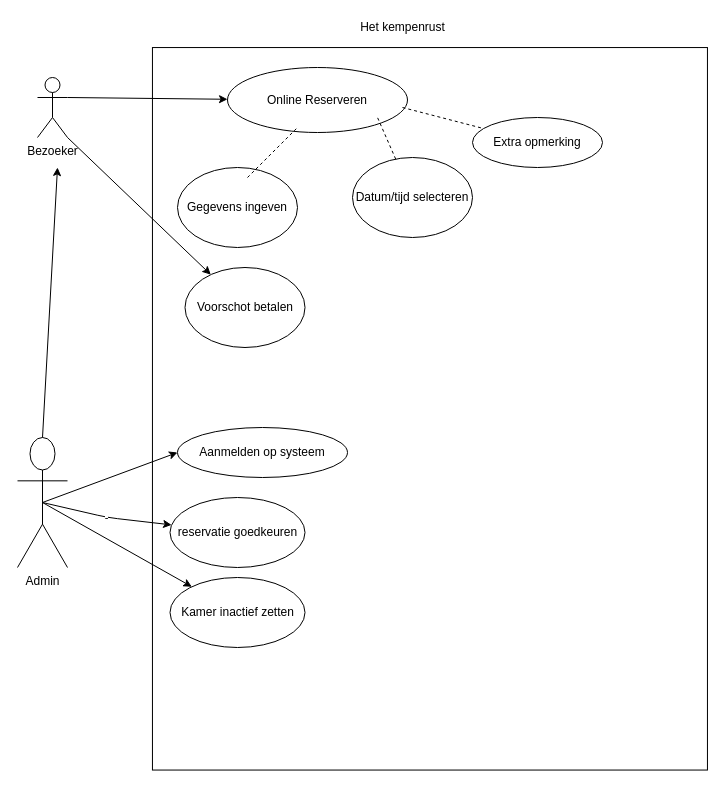
The draw.io diagram Untitled Diagram.drawio in r0808423/ProjectUseCase, before the edit. Source tidied: cells renumbered, new cells numbered last; positions are measured from the earlier drawing's top-left corner, leaving out a move shared by most shapes. Both pictures are drawn from the tidied source at 100%, with x=0, y=0 at pixel (17, 17).
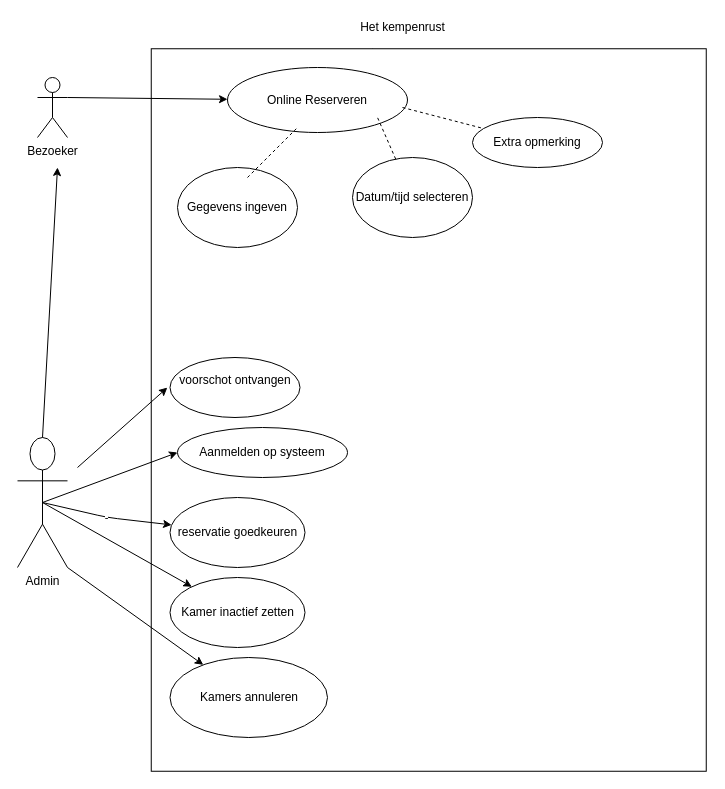
The same page after the edit.

Unchanged cells that the change refers to:
```xml
<mxCell id="3" value="Bezoeker" style="shape=umlActor;verticalLabelPosition=bottom;labelBackgroundColor=#ffffff;verticalAlign=top;html=1;outlineConnect=0;" parent="1" vertex="1">
  <mxGeometry x="20" y="60" width="30" height="60" as="geometry" />
</mxCell>
```

The edit, as a diff of the source:
```diff
@@
     <mxCell id="6" style="rounded=0;whiteSpace=wrap;html=1;rotation=90;" parent="1" vertex="1">
-      <mxGeometry x="51.2" y="113.8" width="722.5" height="555" as="geometry" />
+      <mxGeometry x="50" y="115" width="722.5" height="555" as="geometry" />
     </mxCell>
@@
-    <mxCell id="20" value="Voorschot betalen" style="ellipse;whiteSpace=wrap;html=1;" parent="1" vertex="1">
-      <mxGeometry x="167.5" y="250" width="120" height="80" as="geometry" />
-    </mxCell>
@@
-    <mxCell id="23" style="endArrow=classic;html=1;exitX=1;exitY=1;exitDx=0;exitDy=0;exitPerimeter=0;" parent="1" edge="1" source="3" target="20">
-      <mxGeometry relative="1" as="geometry" />
-    </mxCell>
+    <mxCell id="24" value="Kamers annuleren" style="ellipse;whiteSpace=wrap;html=1;" parent="1" vertex="1">
+      <mxGeometry x="152.5" y="640" width="157.5" height="80" as="geometry" />
+    </mxCell>
+    <mxCell id="25" style="endArrow=classic;html=1;" parent="1" edge="1" target="24">
+      <mxGeometry relative="1" as="geometry">
+        <mxPoint x="50" y="550" as="sourcePoint" />
+      </mxGeometry>
+    </mxCell>
+    <mxCell id="26" style="endArrow=classic;html=1;entryX=0.469;entryY=0.971;entryDx=0;entryDy=0;entryPerimeter=0;" parent="1" edge="1" target="6">
+      <mxGeometry relative="1" as="geometry">
+        <mxPoint x="60" y="450" as="sourcePoint" />
+      </mxGeometry>
+    </mxCell>
+    <mxCell id="27" value="voorschot ontvangen&lt;br&gt;&lt;br&gt;" style="ellipse;whiteSpace=wrap;html=1;" parent="1" vertex="1">
+      <mxGeometry x="152.5" y="340" width="130" height="60" as="geometry" />
+    </mxCell>
```
